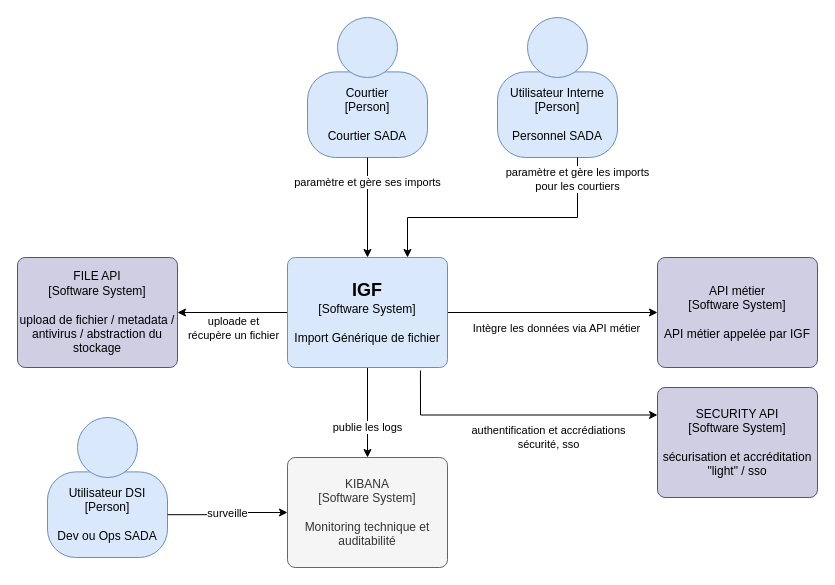
Before: page "IGF Context" (1 of 2) of IGF C4.drawio in rcapraro/c4models, a draw.io diagram. Source tidied: cells renumbered, new cells numbered last; positions are measured from the earlier drawing's top-left corner, leaving out a move shared by most shapes. Both pictures are drawn from the tidied source at 100%, with x=0, y=0 at pixel (17, 17).
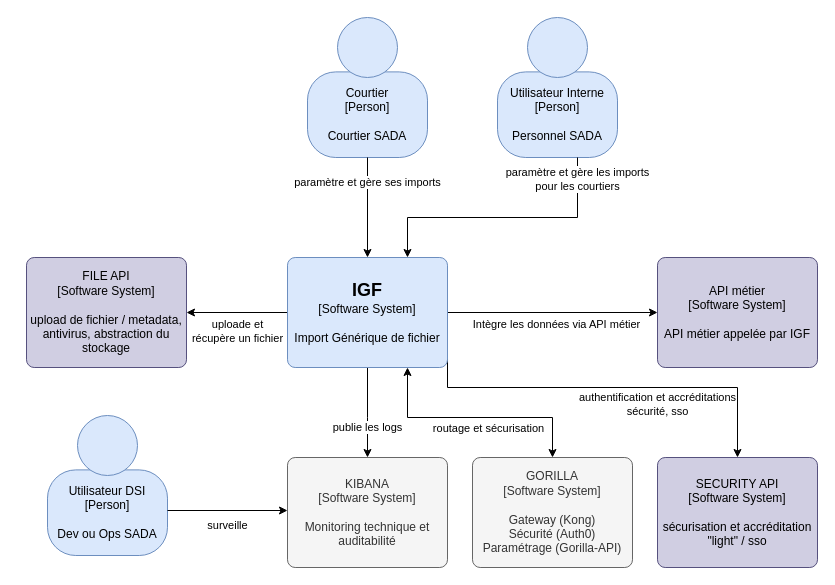
The same diagram, later.

Unchanged cells that the change refers to:
```xml
<mxCell id="8" style="edgeStyle=orthogonalEdgeStyle;rounded=0;jettySize=auto;html=1;" parent="1" edge="1" source="15" target="16">
  <mxGeometry relative="1" as="geometry" />
</mxCell>
<mxCell id="13" style="edgeStyle=orthogonalEdgeStyle;rounded=0;jettySize=auto;html=1;fontSize=11;" parent="1" edge="1" source="15" target="24">
  <mxGeometry relative="1" as="geometry" />
</mxCell>
<mxCell id="15" value="&lt;font style=&quot;font-size: 18px&quot;&gt;&lt;b&gt;IGF&lt;/b&gt;&lt;/font&gt;&lt;br&gt;&lt;div&gt;[Software System]&lt;/div&gt;&lt;div&gt;&lt;br&gt;&lt;/div&gt;&lt;div&gt;Import Générique de fichier&lt;br&gt;&lt;/div&gt;" style="rounded=1;whiteSpace=wrap;html=1;labelBackgroundColor=none;fillColor=#dae8fc;fontColor=#000000;align=center;arcSize=7;strokeColor=#6c8ebf;" parent="1" vertex="1">
  <mxGeometry x="270" y="240" width="160" height="110" as="geometry" />
</mxCell>
<mxCell id="17" value="KIBANA&lt;br&gt;&lt;div&gt;[Software System]&lt;/div&gt;&lt;div&gt;&lt;br&gt;&lt;/div&gt;&lt;div&gt;Monitoring technique et auditabilité&lt;br&gt;&lt;/div&gt;" style="rounded=1;whiteSpace=wrap;html=1;labelBackgroundColor=none;fillColor=#f5f5f5;fontColor=#333333;align=center;arcSize=7;strokeColor=#666666;" parent="1" vertex="1">
  <mxGeometry x="270" y="440" width="160" height="110" as="geometry" />
</mxCell>
<mxCell id="20" value="Utilisateur DSI&lt;br&gt;&lt;div&gt;[Person]&lt;/div&gt;&lt;div&gt;&lt;br&gt;&lt;/div&gt;&lt;div&gt;Dev ou Ops SADA&lt;br&gt;&lt;/div&gt;" style="rounded=1;whiteSpace=wrap;html=1;labelBackgroundColor=none;fillColor=#dae8fc;fontColor=#000000;align=center;arcSize=33;strokeColor=#6c8ebf;" parent="19" vertex="1">
  <mxGeometry y="54.4" width="120" height="85.6" as="geometry" />
</mxCell>
```

The edit, as a diff of the source:
```diff
@@
     <mxCell id="9" value="uploade et&lt;br&gt;récupère un fichier" style="text;html=1;align=center;verticalAlign=middle;labelBackgroundColor=#ffffff;fontSize=11;" parent="8" vertex="1">
       <mxGeometry x="-0.17" y="4" relative="1" as="geometry">
-        <mxPoint x="-9" y="11" as="offset" />
+        <mxPoint x="-9" y="14" as="offset" />
       </mxGeometry>
     </mxCell>
     <mxCell id="10" value="publie les logs" style="edgeStyle=orthogonalEdgeStyle;rounded=0;jettySize=auto;html=1;entryX=0.5;entryY=0;entryDx=0;entryDy=0;" parent="1" edge="1" source="15" target="17">
-      <mxGeometry x="0.33" relative="1" as="geometry" />
+      <mxGeometry x="0.33" relative="1" as="geometry">
+        <Array as="points">
+          <mxPoint x="350" y="400" />
+          <mxPoint x="350" y="400" />
+        </Array>
+      </mxGeometry>
     </mxCell>
-    <mxCell id="11" style="edgeStyle=orthogonalEdgeStyle;rounded=0;jettySize=auto;html=1;exitX=0.831;exitY=1.027;exitDx=0;exitDy=0;entryX=0;entryY=0.25;entryDx=0;entryDy=0;exitPerimeter=0;" parent="1" edge="1" source="15" target="18">
+    <mxCell id="11" style="edgeStyle=orthogonalEdgeStyle;rounded=0;jettySize=auto;html=1;exitX=1;exitY=0.818;exitDx=0;exitDy=0;entryX=0.5;entryY=0;entryDx=0;entryDy=0;exitPerimeter=0;" parent="1" edge="1" source="15" target="18">
       <mxGeometry relative="1" as="geometry">
         <Array as="points">
-          <mxPoint x="403" y="398" />
+          <mxPoint x="430" y="370" />
+          <mxPoint x="720" y="370" />
         </Array>
       </mxGeometry>
     </mxCell>
-    <mxCell id="12" value="authentification et accrédiations&lt;br&gt;sécurité, sso" style="text;html=1;align=center;verticalAlign=middle;labelBackgroundColor=#ffffff;fontSize=11;" parent="11" vertex="1">
+    <mxCell id="12" value="authentification et accréditations&lt;br&gt;sécurité, sso" style="text;html=1;align=center;verticalAlign=middle;labelBackgroundColor=#ffffff;fontSize=11;" parent="11" vertex="1">
       <mxGeometry x="-0.24" relative="1" as="geometry">
-        <mxPoint x="65" y="22" as="offset" />
+        <mxPoint x="98" y="16" as="offset" />
       </mxGeometry>
     </mxCell>
@@
     <mxCell id="14" value="Intègre les données via API métier" style="text;html=1;align=center;verticalAlign=middle;labelBackgroundColor=#ffffff;fontSize=11;" parent="13" vertex="1">
       <mxGeometry x="-0.14" y="-4" relative="1" as="geometry">
-        <mxPoint x="18" y="11" as="offset" />
+        <mxPoint x="18" y="7" as="offset" />
       </mxGeometry>
     </mxCell>
+    <mxCell id="26" style="edgeStyle=orthogonalEdgeStyle;rounded=0;jettySize=auto;html=1;exitX=0.75;exitY=1;exitDx=0;exitDy=0;startArrow=classic;startFill=1;" parent="1" edge="1" source="15" target="28">
+      <mxGeometry relative="1" as="geometry">
+        <Array as="points">
+          <mxPoint x="390" y="400" />
+          <mxPoint x="535" y="400" />
+        </Array>
+      </mxGeometry>
+    </mxCell>
+    <mxCell id="27" value="routage et sécurisation" style="text;html=1;align=center;verticalAlign=middle;labelBackgroundColor=#ffffff;fontSize=11;" parent="26" vertex="1">
+      <mxGeometry x="-0.17" y="-4" relative="1" as="geometry">
+        <mxPoint x="32" y="6" as="offset" />
+      </mxGeometry>
+    </mxCell>
@@
-    <mxCell id="16" value="FILE API&lt;br&gt;&lt;div&gt;[Software System]&lt;/div&gt;&lt;div&gt;&lt;br&gt;&lt;/div&gt;&lt;div&gt;upload de fichier / metadata / antivirus / abstraction du stockage&lt;br&gt;&lt;/div&gt;" style="rounded=1;whiteSpace=wrap;html=1;labelBackgroundColor=none;fillColor=#d0cee2;align=center;arcSize=7;strokeColor=#56517e;" parent="1" vertex="1">
-      <mxGeometry y="240" width="160" height="110" as="geometry" />
+    <mxCell id="16" value="FILE API&lt;br&gt;&lt;div&gt;[Software System]&lt;/div&gt;&lt;div&gt;&lt;br&gt;&lt;/div&gt;&lt;div&gt;upload de fichier / metadata, antivirus, abstraction du stockage&lt;br&gt;&lt;/div&gt;" style="rounded=1;whiteSpace=wrap;html=1;labelBackgroundColor=none;fillColor=#d0cee2;align=center;arcSize=7;strokeColor=#56517e;" parent="1" vertex="1">
+      <mxGeometry x="9" y="240" width="160" height="110" as="geometry" />
     </mxCell>
@@
     <mxCell id="18" value="SECURITY API&lt;br&gt;&lt;div&gt;[Software System]&lt;/div&gt;&lt;div&gt;&lt;br&gt;&lt;/div&gt;&lt;div&gt;sécurisation et accréditation &quot;light&quot; / sso&lt;br&gt;&lt;/div&gt;" style="rounded=1;whiteSpace=wrap;html=1;labelBackgroundColor=none;fillColor=#d0cee2;align=center;arcSize=7;strokeColor=#56517e;" parent="1" vertex="1">
-      <mxGeometry x="640" y="370" width="160" height="110" as="geometry" />
+      <mxGeometry x="640" y="440" width="160" height="110" as="geometry" />
     </mxCell>
     <mxCell id="19" style="group;rounded=0;labelBackgroundColor=none;fillColor=none;fontColor=#000000;align=center;html=1;" parent="1" vertex="1">
-      <mxGeometry x="30" y="400" width="120" height="140" as="geometry" />
+      <mxGeometry x="30" y="398" width="120" height="140" as="geometry" />
     </mxCell>
@@
-    <mxCell id="25" value="surveille" style="edgeStyle=orthogonalEdgeStyle;rounded=0;jettySize=auto;html=1;exitX=1;exitY=0.5;exitDx=0;exitDy=0;" parent="1" edge="1" source="20" target="17">
-      <mxGeometry relative="1" as="geometry" />
+    <mxCell id="25" value="surveille" style="edgeStyle=orthogonalEdgeStyle;rounded=0;orthogonalLoop=1;jettySize=auto;html=1;exitX=1;exitY=0.5;exitDx=0;exitDy=0;" parent="1" edge="1">
+      <mxGeometry y="-15" relative="1" as="geometry">
+        <mxPoint x="150" y="493" as="sourcePoint" />
+        <mxPoint x="270" y="493" as="targetPoint" />
+      </mxGeometry>
     </mxCell>
+    <mxCell id="28" value="GORILLA&lt;br&gt;&lt;div&gt;[Software System]&lt;/div&gt;&lt;div&gt;&lt;br&gt;&lt;/div&gt;&lt;div&gt;Gateway (Kong)&lt;br&gt;Sécurité (Auth0)&lt;/div&gt;&lt;div&gt;Paramétrage (Gorilla-API)&lt;br&gt;&lt;/div&gt;" style="rounded=1;whiteSpace=wrap;html=1;labelBackgroundColor=none;fillColor=#f5f5f5;fontColor=#333333;align=center;arcSize=7;strokeColor=#666666;" parent="1" vertex="1">
+      <mxGeometry x="455" y="440" width="160" height="110" as="geometry" />
+    </mxCell>
```
